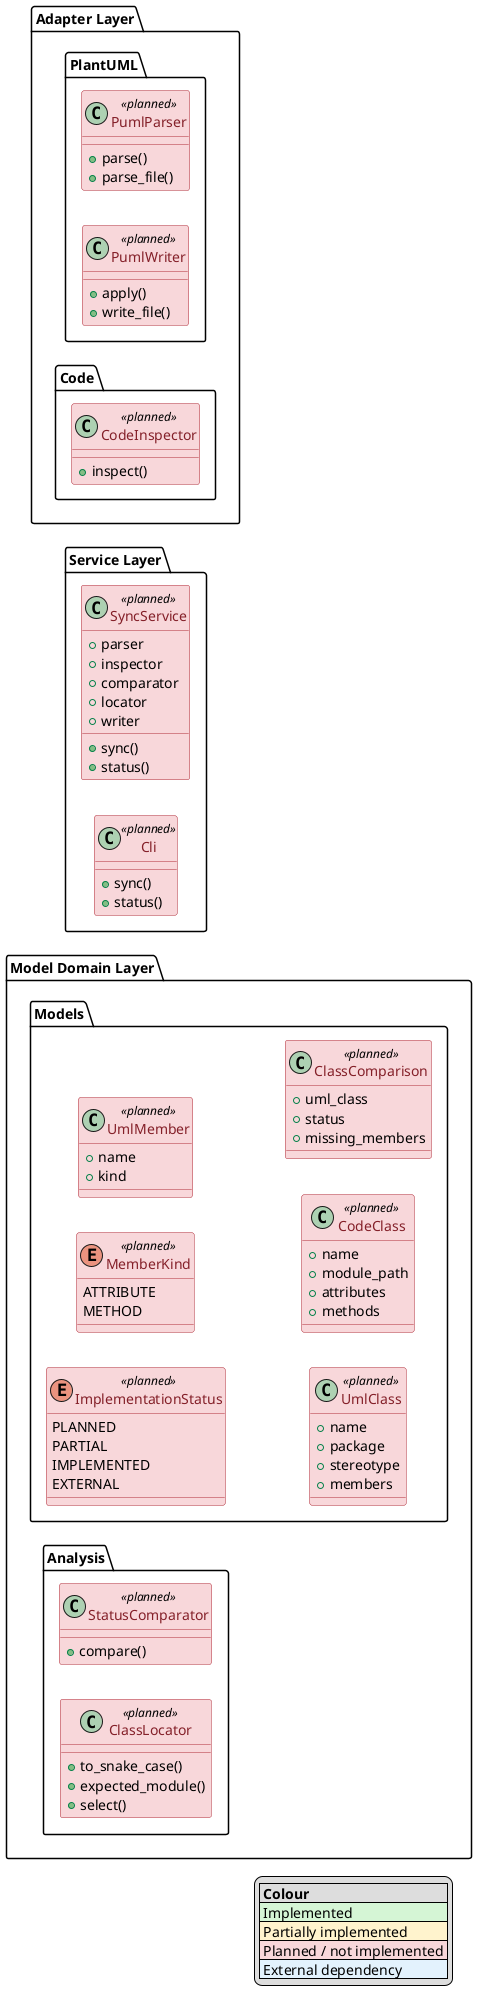
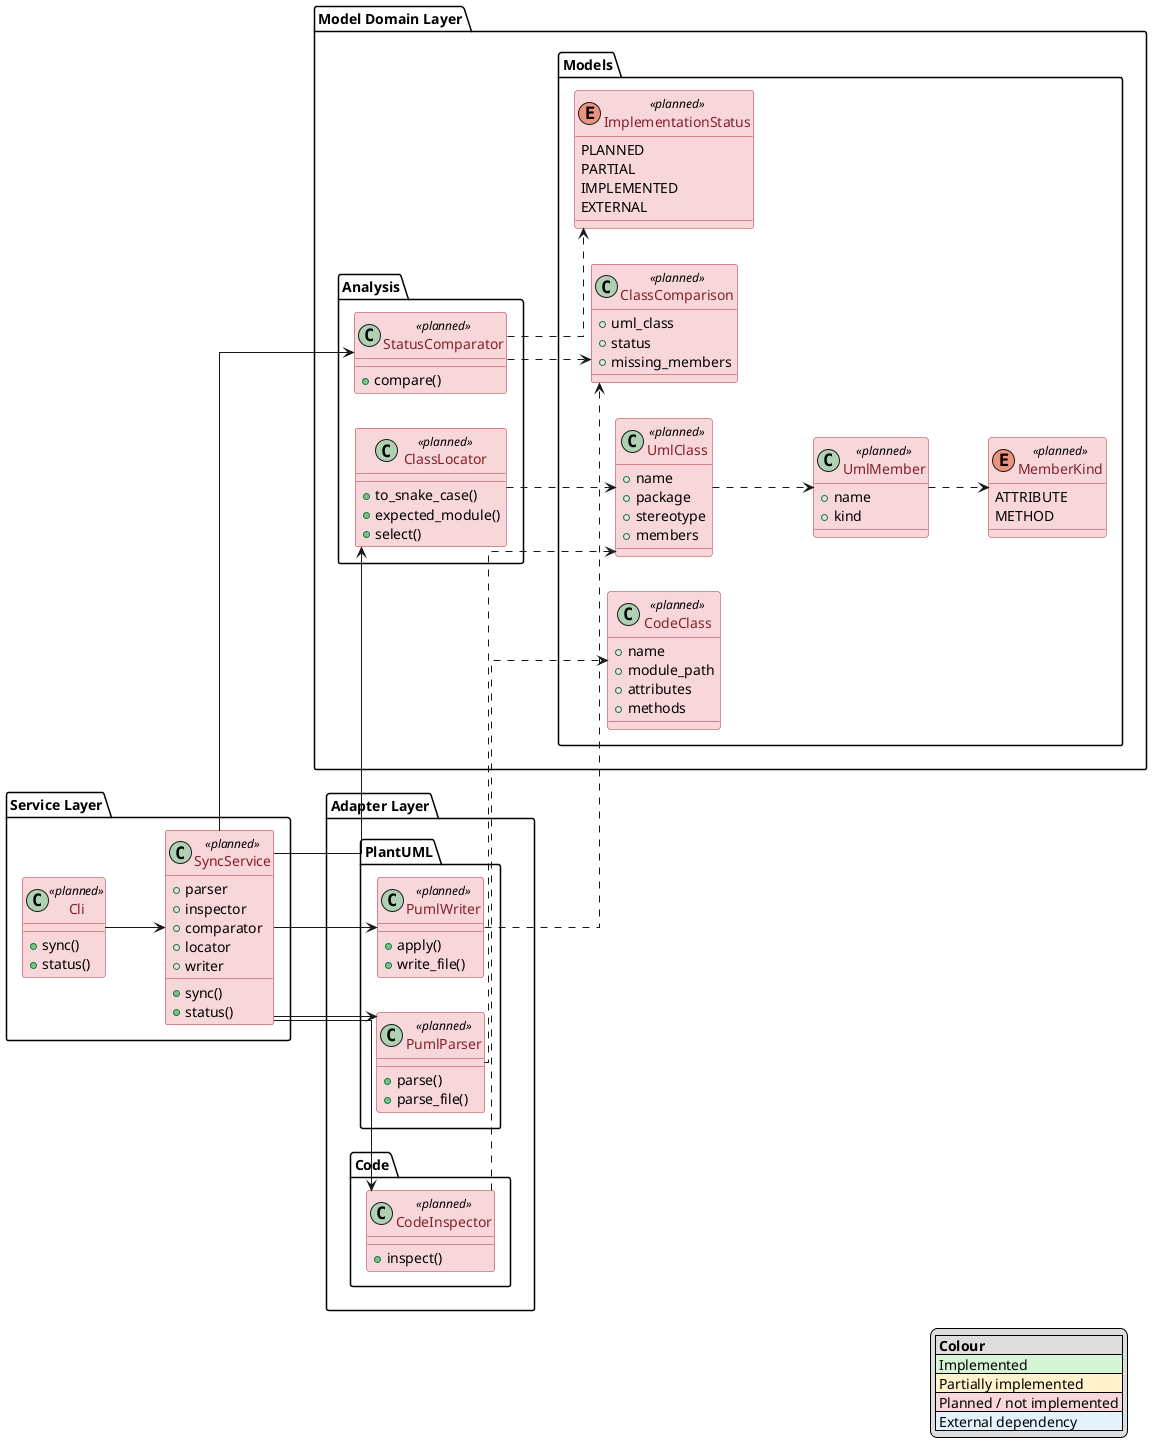
@startuml
left to right direction
skinparam linetype ortho
skinparam class {
    BackgroundColor<<implemented>> #D5F5D5
    BorderColor<<implemented>> #2E7D32
    FontColor<<implemented>> #1B5E20

    BackgroundColor<<partial>> #FFF3CD
    BorderColor<<partial>> #B8860B
    FontColor<<partial>> #7A5600

    BackgroundColor<<planned>> #F8D7DA
    BorderColor<<planned>> #B02A37
    FontColor<<planned>> #842029

    BackgroundColor<<external>> #E3F2FD
    BorderColor<<external>> #1565C0
    FontColor<<external>> #0D47A1
}

legend right
|= Colour |
|<#D5F5D5> Implemented |
|<#FFF3CD> Partially implemented |
|<#F8D7DA> Planned / not implemented |
|<#E3F2FD> External dependency |
endlegend

' 0 = hide dependency lines
' 1 = show dependency lines
!$SHOW_DEPENDENCIES = 0


'=============================================================================='
'Service Layer'
'=============================================================================='

package "Service Layer" {
    class SyncService <<planned>> {
        +parser
        +inspector
        +comparator
        +locator
        +writer
        +sync()
        +status()
    }


    class Cli <<planned>> {
        +sync()
        +status()
    }
+     Cli --> SyncService
}


'=============================================================================='
'Model Domain'
'=============================================================================='

package "Model Domain Layer" {

    package "Models" {
        enum ImplementationStatus <<planned>> {
            PLANNED
            PARTIAL
            IMPLEMENTED
            EXTERNAL
        }


        enum MemberKind <<planned>> {
            ATTRIBUTE
            METHOD
        }


        class UmlMember <<planned>> {
            +name
            +kind
        }
+         UmlMember ..> MemberKind


        class UmlClass <<planned>> {
            +name
            +package
            +stereotype
            +members
        }
+         UmlClass ..> UmlMember


        class CodeClass <<planned>> {
            +name
            +module_path
            +attributes
            +methods
        }

        class ClassComparison <<planned>> {
            +uml_class
            +status
            +missing_members
        }
    }

    package "Analysis" {

        class StatusComparator <<planned>> {
            +compare()
        }
+         StatusComparator ..> ClassComparison
+         StatusComparator ..> ImplementationStatus

        class ClassLocator <<planned>> {
            +to_snake_case()
            +expected_module()
            +select()
        }
+         ClassLocator ..> UmlClass
    }
}


'=============================================================================='
'Adapter Layer'
'=============================================================================='

package "Adapter Layer" {

    package "PlantUML" {

        class PumlParser <<planned>> {
            +parse()
            +parse_file()
        }
+         PumlParser ..> UmlClass

        class PumlWriter <<planned>> {
            +apply()
            +write_file()
        }
+         PumlWriter ..> ClassComparison
    }

    package "Code" {

        class CodeInspector <<planned>> {
            +inspect()
        }
+         CodeInspector ..> CodeClass
    }
}


'=============================================================================='
'Broken Links'
'=============================================================================='

- !if ($SHOW_DEPENDENCIES == 1)
- Cli --> SyncService
SyncService --> PumlParser
SyncService --> CodeInspector
SyncService --> StatusComparator
SyncService --> ClassLocator
SyncService --> PumlWriter
- PumlParser ..> UmlClass
- CodeInspector ..> CodeClass
- StatusComparator ..> ClassComparison
- StatusComparator ..> ImplementationStatus
- UmlClass ..> UmlMember
- UmlMember ..> MemberKind
- !endif

@enduml
